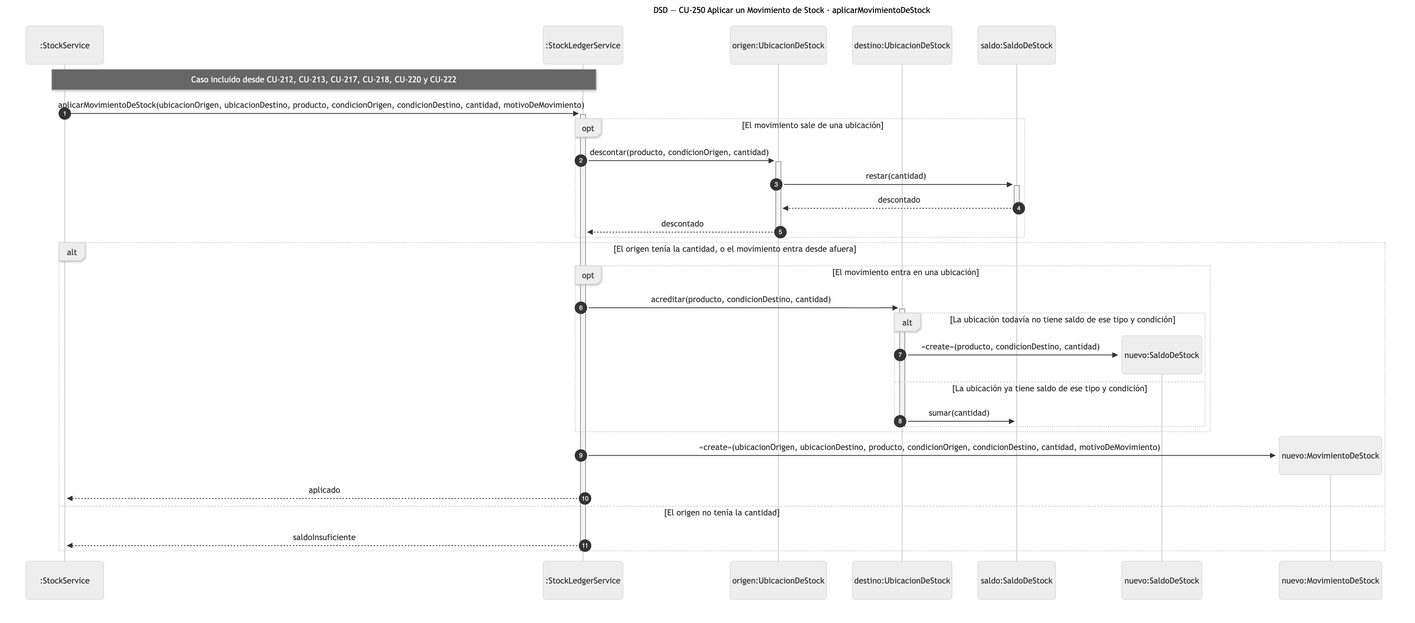
The Mermaid diagram diagramas/png/DSD_CU-250_aplicarMovimientoDeStock.png in Nahuelito-Dev/splg-docs, before a commit. Its source is kept beside it as diagramas/DSD_CU-250_aplicarMovimientoDeStock.mmd. Source of this version:
```mermaid
sequenceDiagram
    title DSD — CU-250 Aplicar un Movimiento de Stock · aplicarMovimientoDeStock
    autonumber
    participant CTL as :StockService
    participant LED as :StockLedgerService
    participant UBO as origen:UbicacionDeStock
    participant UBD as destino:UbicacionDeStock
    participant SAL as saldo:SaldoDeStock

    Note over CTL,LED: Caso incluido desde CU-212, CU-213, CU-217, CU-218, CU-220 y CU-222
    CTL->>+LED: aplicarMovimientoDeStock(ubicacionOrigen, ubicacionDestino, producto, condicionOrigen, condicionDestino, cantidad, motivoDeMovimiento)
    opt El movimiento sale de una ubicación
        LED->>+UBO: descontar(producto, condicionOrigen, cantidad)
        UBO->>+SAL: restar(cantidad)
        SAL-->>-UBO: descontado
        UBO-->>-LED: descontado
    end
    alt El origen tenía la cantidad, o el movimiento entra desde afuera
        opt El movimiento entra en una ubicación
            LED->>+UBD: acreditar(producto, condicionDestino, cantidad)
            alt La ubicación todavía no tiene saldo de ese tipo y condición
                create participant NSA as nuevo:SaldoDeStock
                UBD->>NSA: «create»(producto, condicionDestino, cantidad)
            else La ubicación ya tiene saldo de ese tipo y condición
                UBD->>SAL: sumar(cantidad)
            end
            deactivate UBD
        end
        create participant MOV as nuevo:MovimientoDeStock
        LED->>MOV: «create»(ubicacionOrigen, ubicacionDestino, producto, condicionOrigen, condicionDestino, cantidad, motivoDeMovimiento)
        LED-->>CTL: aplicado
    else El origen no tenía la cantidad
        LED-->>CTL: saldoInsuficiente
    end
    deactivate LED
```
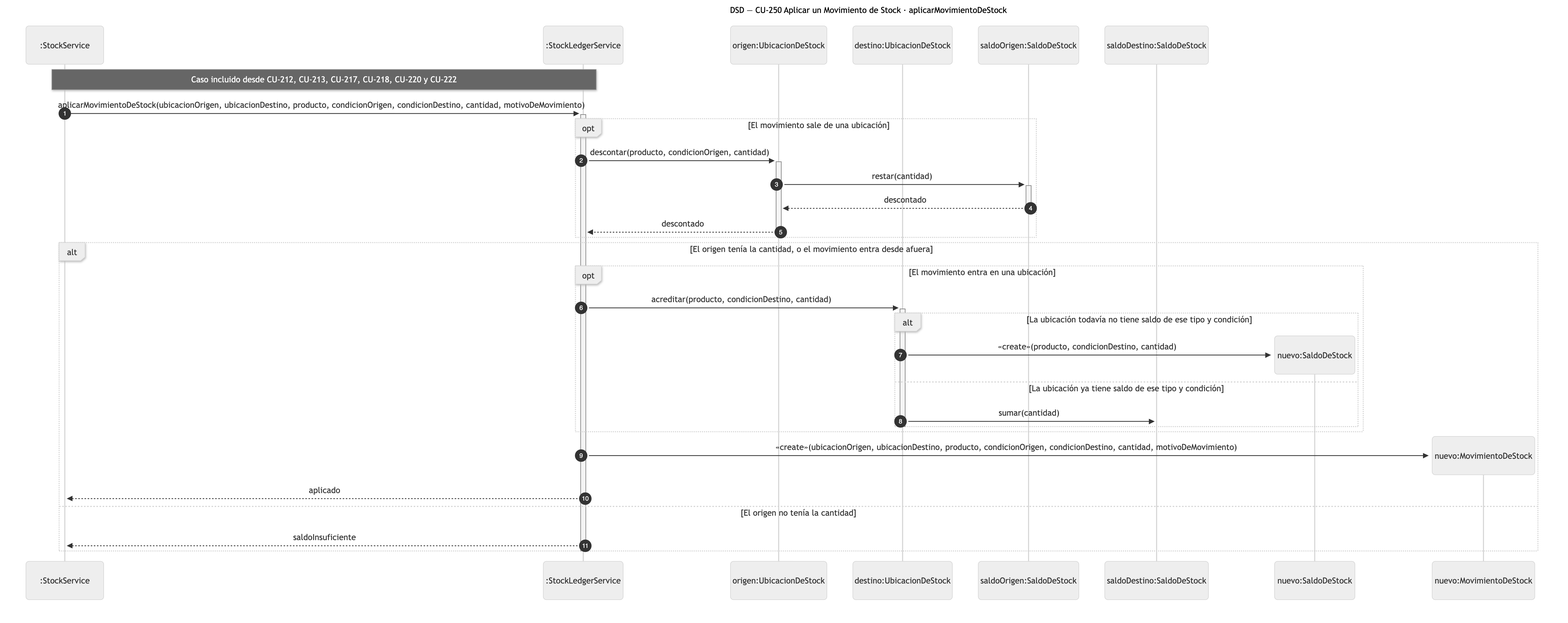
The same file after the commit.

The edit, as a diff of the source:
```diff
@@ -5,14 +5,15 @@
     participant LED as :StockLedgerService
     participant UBO as origen:UbicacionDeStock
     participant UBD as destino:UbicacionDeStock
-    participant SAL as saldo:SaldoDeStock
+    participant SAO as saldoOrigen:SaldoDeStock
+    participant SAD as saldoDestino:SaldoDeStock
 
     Note over CTL,LED: Caso incluido desde CU-212, CU-213, CU-217, CU-218, CU-220 y CU-222
     CTL->>+LED: aplicarMovimientoDeStock(ubicacionOrigen, ubicacionDestino, producto, condicionOrigen, condicionDestino, cantidad, motivoDeMovimiento)
     opt El movimiento sale de una ubicación
         LED->>+UBO: descontar(producto, condicionOrigen, cantidad)
-        UBO->>+SAL: restar(cantidad)
-        SAL-->>-UBO: descontado
+        UBO->>+SAO: restar(cantidad)
+        SAO-->>-UBO: descontado
         UBO-->>-LED: descontado
     end
     alt El origen tenía la cantidad, o el movimiento entra desde afuera
@@ -22,7 +23,7 @@
                 create participant NSA as nuevo:SaldoDeStock
                 UBD->>NSA: «create»(producto, condicionDestino, cantidad)
             else La ubicación ya tiene saldo de ese tipo y condición
-                UBD->>SAL: sumar(cantidad)
+                UBD->>SAD: sumar(cantidad)
             end
             deactivate UBD
         end
```
